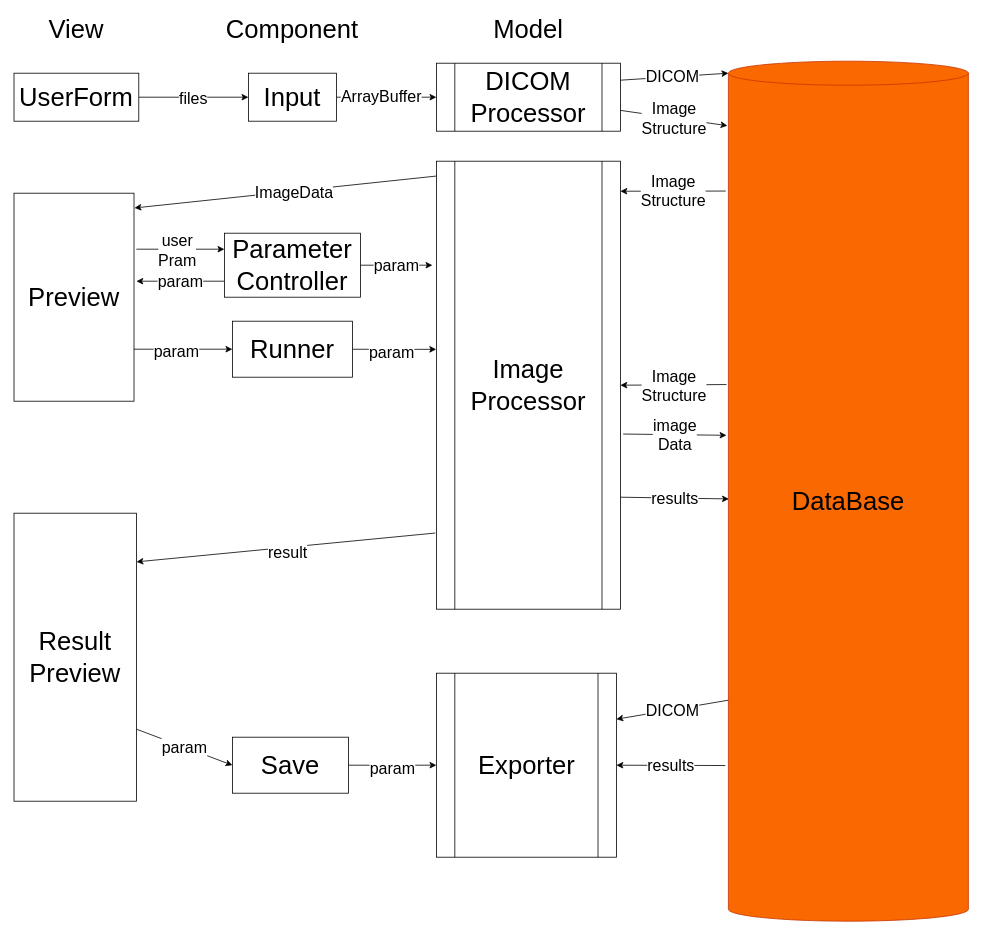
This is structure.drawio from nawaday-code/protecropper, a draw.io file, before an edit. Source tidied: cells renumbered, new cells numbered last; positions are measured from the earlier drawing's top-left corner, leaving out a move shared by most shapes. Both pictures are drawn from the tidied source at 80%, with x=0, y=0 at pixel (14, 17).
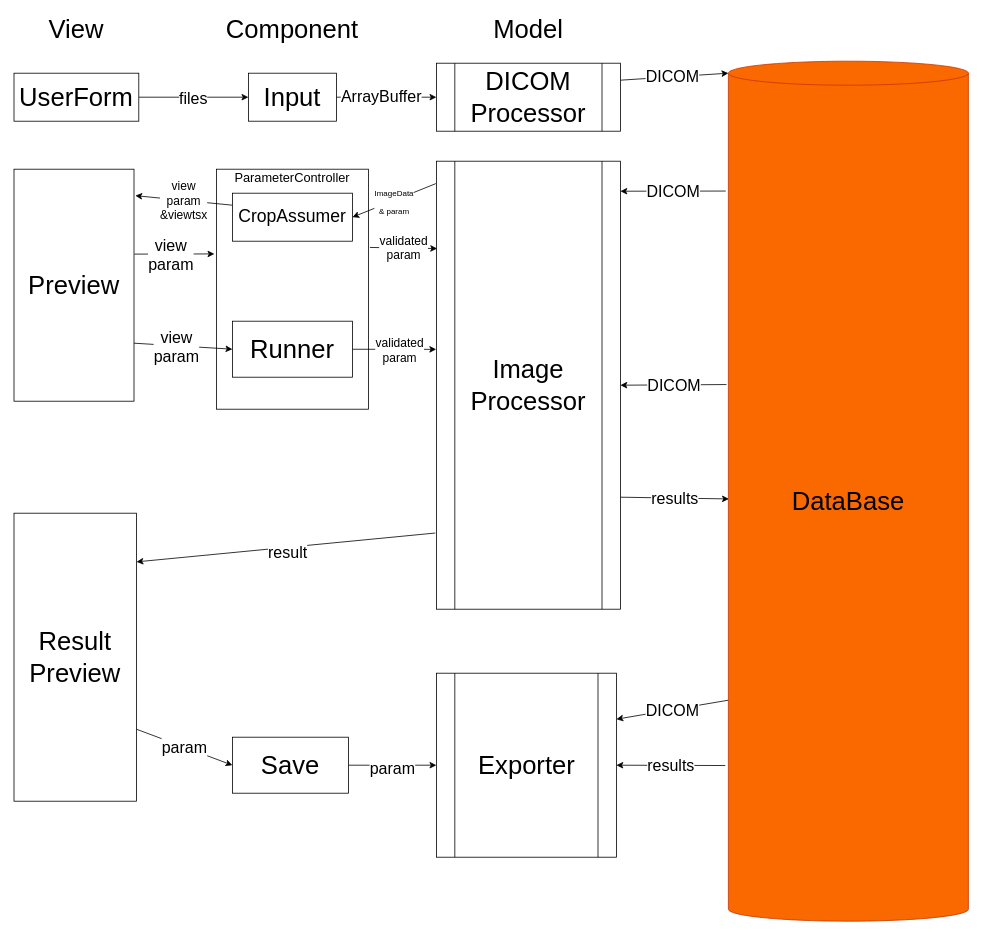
After the change.

Unchanged cells that the change refers to:
```xml
<mxCell id="12" value="DataBase" style="shape=cylinder3;whiteSpace=wrap;html=1;boundedLbl=1;backgroundOutline=1;size=15;fontSize=32;fillColor=#fa6800;fontColor=#000000;strokeColor=#C73500;" parent="1" vertex="1">
  <mxGeometry x="893" y="55" width="300" height="1075" as="geometry" />
</mxCell>
<mxCell id="19" value="DICOM&lt;br&gt;Processor" style="shape=process;whiteSpace=wrap;html=1;backgroundOutline=1;fontSize=32;" parent="1" vertex="1">
  <mxGeometry x="528" y="57.5" width="230" height="85" as="geometry" />
</mxCell>
<mxCell id="26" value="Image&lt;br style=&quot;font-size: 32px;&quot;&gt;Processor" style="shape=process;whiteSpace=wrap;html=1;backgroundOutline=1;fontSize=32;" parent="1" vertex="1">
  <mxGeometry x="528" y="180" width="230" height="560" as="geometry" />
</mxCell>
<mxCell id="29" style="edgeStyle=none;html=1;entryX=0;entryY=0.5;entryDx=0;entryDy=0;fontSize=32;exitX=1;exitY=0.75;exitDx=0;exitDy=0;" parent="1" edge="1" source="31" target="37">
  <mxGeometry relative="1" as="geometry" />
</mxCell>
<mxCell id="37" value="Runner" style="rounded=0;whiteSpace=wrap;html=1;fontSize=32;" parent="1" vertex="1">
  <mxGeometry x="273" y="380" width="150" height="70" as="geometry" />
</mxCell>
```

What changed in the source:
```diff
@@
+    <mxCell id="43" style="rounded=0;whiteSpace=wrap;html=1;fontSize=18;" parent="1" vertex="1">
+      <mxGeometry x="253" y="190" width="190" height="300" as="geometry" />
+    </mxCell>
@@
-    <mxCell id="9" value="Image&lt;br&gt;Structure" style="edgeStyle=none;html=1;exitX=-0.008;exitY=0.376;exitDx=0;exitDy=0;exitPerimeter=0;fontSize=20;entryX=1;entryY=0.5;entryDx=0;entryDy=0;" parent="1" edge="1" source="12" target="26">
+    <mxCell id="9" value="DICOM" style="edgeStyle=none;html=1;exitX=-0.008;exitY=0.376;exitDx=0;exitDy=0;exitPerimeter=0;fontSize=20;entryX=1;entryY=0.5;entryDx=0;entryDy=0;" parent="1" edge="1" source="12" target="26">
       <mxGeometry relative="1" as="geometry" />
     </mxCell>
@@
-    <mxCell id="11" value="Image&lt;br&gt;Structure" style="edgeStyle=none;html=1;exitX=-0.011;exitY=0.151;exitDx=0;exitDy=0;exitPerimeter=0;entryX=1;entryY=0.067;entryDx=0;entryDy=0;entryPerimeter=0;fontSize=20;" parent="1" edge="1" source="12" target="26">
+    <mxCell id="11" value="DICOM" style="edgeStyle=none;html=1;exitX=-0.011;exitY=0.151;exitDx=0;exitDy=0;exitPerimeter=0;entryX=1;entryY=0.067;entryDx=0;entryDy=0;entryPerimeter=0;fontSize=20;" parent="1" edge="1" source="12" target="26">
       <mxGeometry relative="1" as="geometry" />
     </mxCell>
@@
-    <mxCell id="18" value="Image&lt;br&gt;Structure" style="edgeStyle=none;html=1;entryX=-0.004;entryY=0.075;entryDx=0;entryDy=0;entryPerimeter=0;fontSize=20;" parent="1" edge="1" source="19" target="12">
-      <mxGeometry relative="1" as="geometry" />
-    </mxCell>
@@
-    <mxCell id="20" style="edgeStyle=none;html=1;entryX=1.004;entryY=0.071;entryDx=0;entryDy=0;fontSize=32;exitX=0.004;exitY=0.033;exitDx=0;exitDy=0;exitPerimeter=0;entryPerimeter=0;" parent="1" edge="1" source="26" target="31">
-      <mxGeometry relative="1" as="geometry" />
-    </mxCell>
-    <mxCell id="21" value="&lt;font style=&quot;font-size: 20px;&quot;&gt;ImageData&lt;/font&gt;" style="edgeLabel;html=1;align=center;verticalAlign=middle;fontSize=32;" parent="20" vertex="1">
-      <mxGeometry x="-0.06" y="-3" relative="1" as="geometry">
-        <mxPoint x="-1" as="offset" />
-      </mxGeometry>
-    </mxCell>
-    <mxCell id="22" value="&lt;span style=&quot;font-size: 20px;&quot;&gt;image&lt;br&gt;Data&lt;/span&gt;" style="edgeStyle=none;html=1;entryX=-0.008;entryY=0.435;entryDx=0;entryDy=0;entryPerimeter=0;fontSize=3;exitX=1.015;exitY=0.609;exitDx=0;exitDy=0;exitPerimeter=0;" parent="1" edge="1" source="26" target="12">
-      <mxGeometry relative="1" as="geometry" />
-    </mxCell>
@@
+    <mxCell id="44" value="&lt;font style=&quot;font-size: 10px;&quot;&gt;ImageData&lt;br&gt;&amp;amp; param&lt;br&gt;&lt;/font&gt;" style="edgeStyle=none;html=1;entryX=1;entryY=0.5;entryDx=0;entryDy=0;exitX=-0.003;exitY=0.05;exitDx=0;exitDy=0;exitPerimeter=0;fontSize=18;" parent="1" edge="1" source="26" target="45">
+      <mxGeometry relative="1" as="geometry" />
+    </mxCell>
@@
-    <mxCell id="27" style="edgeStyle=none;html=1;entryX=0;entryY=0.25;entryDx=0;entryDy=0;fontSize=20;" parent="1" edge="1" target="34">
-      <mxGeometry relative="1" as="geometry">
-        <mxPoint x="153" y="290" as="sourcePoint" />
-      </mxGeometry>
+    <mxCell id="27" style="edgeStyle=none;html=1;entryX=-0.013;entryY=0.353;entryDx=0;entryDy=0;fontSize=20;exitX=1.003;exitY=0.366;exitDx=0;exitDy=0;exitPerimeter=0;entryPerimeter=0;" parent="1" edge="1" source="31" target="43">
+      <mxGeometry relative="1" as="geometry" />
     </mxCell>
-    <mxCell id="28" value="user&lt;br&gt;Pram" style="edgeLabel;html=1;align=center;verticalAlign=middle;fontSize=20;" parent="27" vertex="1">
+    <mxCell id="28" value="view&lt;br&gt;param" style="edgeLabel;html=1;align=center;verticalAlign=middle;fontSize=20;" parent="27" vertex="1">
       <mxGeometry x="0.15" y="-5" relative="1" as="geometry">
         <mxPoint x="-13" y="-5" as="offset" />
       </mxGeometry>
     </mxCell>
@@
-    <mxCell id="30" value="param" style="edgeLabel;html=1;align=center;verticalAlign=middle;fontSize=20;" parent="29" vertex="1">
+    <mxCell id="30" value="view&lt;br&gt;param" style="edgeLabel;html=1;align=center;verticalAlign=middle;fontSize=20;" parent="29" vertex="1">
       <mxGeometry x="-0.18" y="-4" relative="1" as="geometry">
         <mxPoint x="2" y="-3" as="offset" />
       </mxGeometry>
     </mxCell>
     <mxCell id="31" value="Preview" style="rounded=0;whiteSpace=wrap;html=1;fontSize=32;" parent="1" vertex="1">
-      <mxGeometry y="220" width="150" height="260" as="geometry" />
+      <mxGeometry y="190" width="150" height="290" as="geometry" />
     </mxCell>
-    <mxCell id="32" value="param" style="edgeStyle=none;html=1;fontSize=20;" parent="1" edge="1" source="34">
-      <mxGeometry relative="1" as="geometry">
-        <mxPoint x="523" y="310" as="targetPoint" />
-      </mxGeometry>
+    <mxCell id="32" value="validated&lt;br style=&quot;font-size: 15px;&quot;&gt;param" style="edgeStyle=none;html=1;fontSize=15;exitX=1.01;exitY=0.326;exitDx=0;exitDy=0;entryX=0.004;entryY=0.195;entryDx=0;entryDy=0;entryPerimeter=0;exitPerimeter=0;" parent="1" edge="1" source="43" target="26">
+      <mxGeometry relative="1" as="geometry" />
     </mxCell>
-    <mxCell id="33" value="param" style="edgeStyle=none;html=1;exitX=0;exitY=0.75;exitDx=0;exitDy=0;fontSize=20;" parent="1" edge="1" source="34">
-      <mxGeometry relative="1" as="geometry">
-        <mxPoint x="153" y="330" as="targetPoint" />
-      </mxGeometry>
+    <mxCell id="33" value="view&lt;br style=&quot;font-size: 15px;&quot;&gt;param&lt;br style=&quot;font-size: 15px;&quot;&gt;&amp;amp;viewtsx" style="edgeStyle=none;html=1;exitX=0;exitY=0.25;exitDx=0;exitDy=0;fontSize=15;entryX=1.011;entryY=0.114;entryDx=0;entryDy=0;entryPerimeter=0;" parent="1" edge="1" source="45" target="31">
+      <mxGeometry relative="1" as="geometry" />
     </mxCell>
-    <mxCell id="34" value="Parameter&lt;br style=&quot;font-size: 32px;&quot;&gt;Controller" style="rounded=0;whiteSpace=wrap;html=1;fontSize=32;" parent="1" vertex="1">
-      <mxGeometry x="263" y="270" width="170" height="80" as="geometry" />
+    <mxCell id="34" value="ParameterController" style="rounded=0;whiteSpace=wrap;html=1;fontSize=16;strokeColor=none;" parent="1" vertex="1">
+      <mxGeometry x="263" y="200" width="170" as="geometry" />
     </mxCell>
-    <mxCell id="35" style="edgeStyle=none;html=1;entryX=-0.001;entryY=0.42;entryDx=0;entryDy=0;entryPerimeter=0;fontSize=20;" parent="1" edge="1" source="37" target="26">
+    <mxCell id="35" style="edgeStyle=none;html=1;entryX=-0.001;entryY=0.42;entryDx=0;entryDy=0;entryPerimeter=0;fontSize=14;" parent="1" edge="1" source="37" target="26">
       <mxGeometry relative="1" as="geometry" />
     </mxCell>
-    <mxCell id="36" value="param" style="edgeLabel;html=1;align=center;verticalAlign=middle;fontSize=20;" parent="35" vertex="1">
+    <mxCell id="36" value="validated&lt;br style=&quot;font-size: 15px;&quot;&gt;param" style="edgeLabel;html=1;align=center;verticalAlign=middle;fontSize=15;" parent="35" vertex="1">
       <mxGeometry x="0.36" y="-5" relative="1" as="geometry">
-        <mxPoint x="-22" y="-3" as="offset" />
+        <mxPoint x="-12" y="-5" as="offset" />
       </mxGeometry>
     </mxCell>
@@
+    <mxCell id="45" value="CropAssumer" style="rounded=0;whiteSpace=wrap;html=1;fontSize=22;" parent="1" vertex="1">
+      <mxGeometry x="273" y="220" width="150" height="60" as="geometry" />
+    </mxCell>
```
